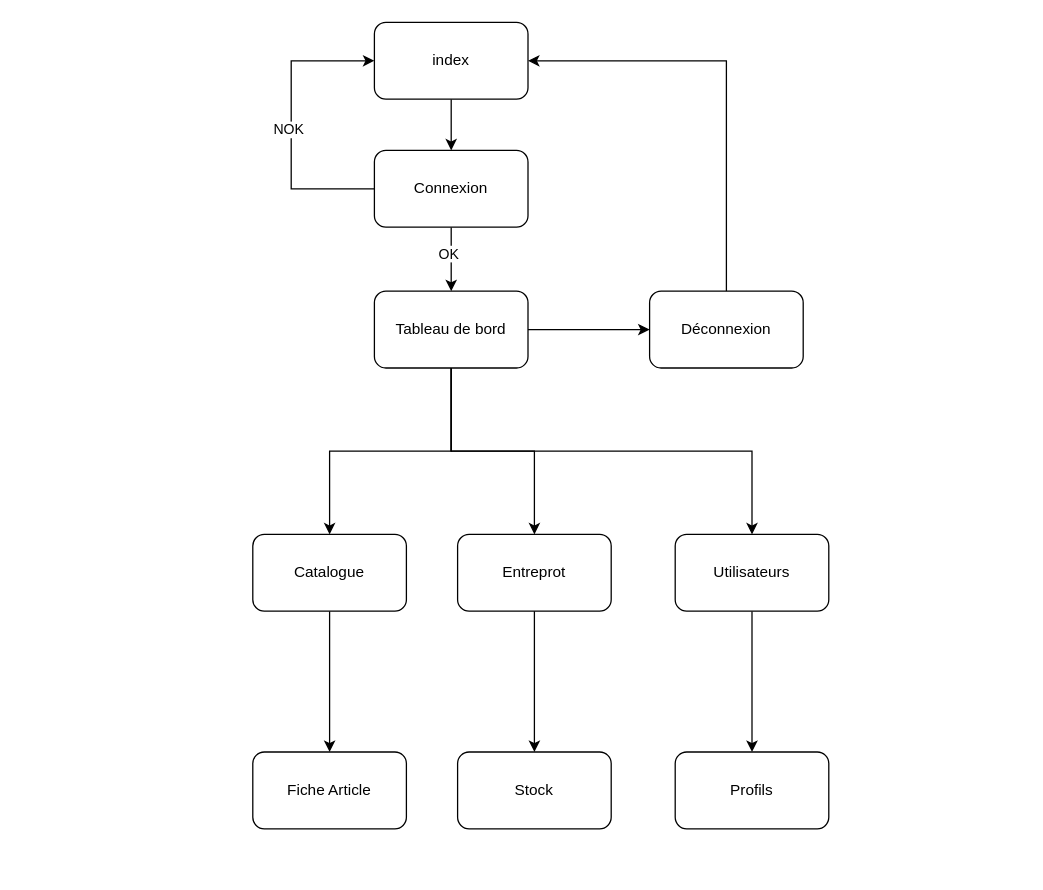
Before: page "Route" (2 of 2) of dims.drawio in sm-github-repo/DIMS, a draw.io diagram. Source tidied: cells renumbered, new cells numbered last; positions are measured from the earlier drawing's top-left corner, leaving out a move shared by most shapes. Both pictures are drawn from the tidied source at 128%, with x=0, y=0 at pixel (252, 22).
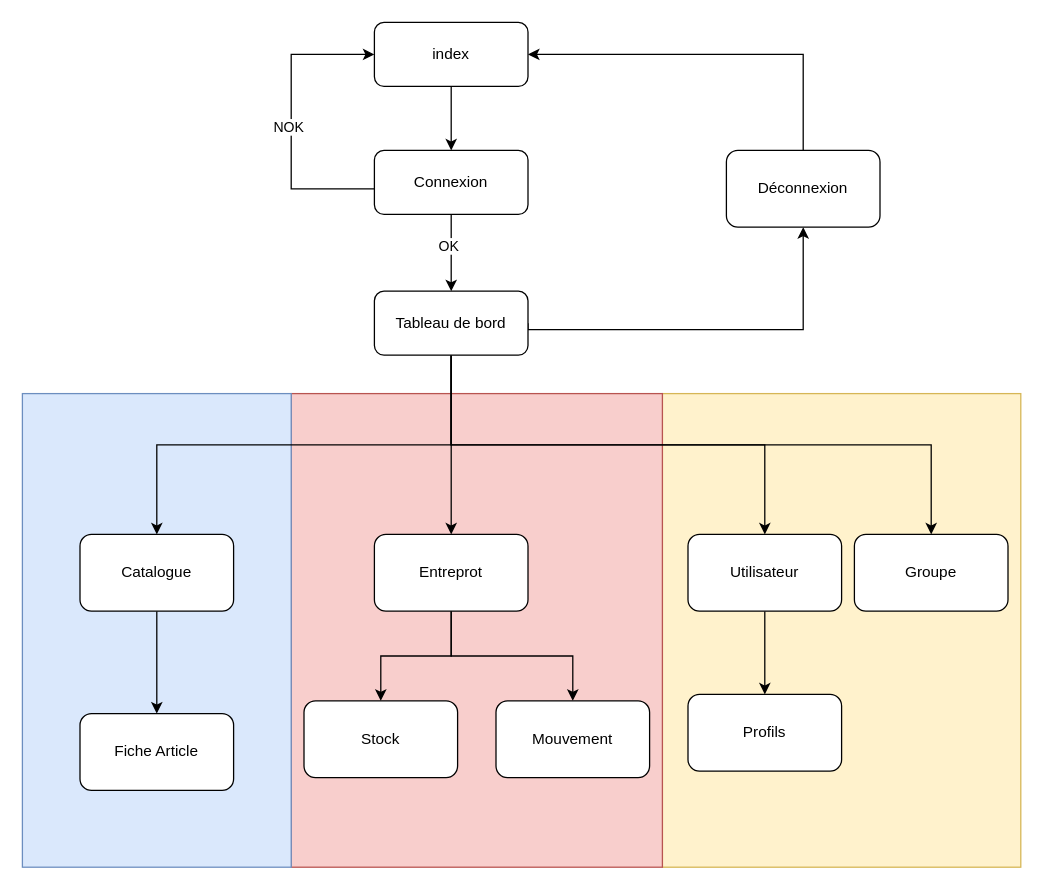
The same diagram, later.

What changed in the source:
```diff
@@
+    <mxCell id="25" style="rounded=0;whiteSpace=wrap;html=1;fillColor=#fff2cc;strokeColor=#d6b656;" parent="1" vertex="1">
+      <mxGeometry x="320" y="290" width="280" height="370" as="geometry" />
+    </mxCell>
+    <mxCell id="26" style="rounded=0;whiteSpace=wrap;html=1;fillColor=#f8cecc;strokeColor=#b85450;" parent="1" vertex="1">
+      <mxGeometry x="30" y="290" width="290" height="370" as="geometry" />
+    </mxCell>
+    <mxCell id="27" style="rounded=0;whiteSpace=wrap;html=1;fillColor=#dae8fc;strokeColor=#6c8ebf;" parent="1" vertex="1">
+      <mxGeometry x="-180" y="290" width="210" height="370" as="geometry" />
+    </mxCell>
@@
     <mxCell id="4" value="index" style="rounded=1;whiteSpace=wrap;html=1;" parent="1" vertex="1">
-      <mxGeometry x="95" width="120" height="60" as="geometry" />
+      <mxGeometry x="95" width="120" height="50" as="geometry" />
     </mxCell>
@@
     <mxCell id="7" style="edgeStyle=orthogonalEdgeStyle;rounded=0;jettySize=auto;html=1;entryX=0;entryY=0.5;entryDx=0;entryDy=0;" parent="1" edge="1" source="9" target="4">
       <mxGeometry relative="1" as="geometry">
         <Array as="points">
           <mxPoint x="30" y="130" />
-          <mxPoint x="30" y="30" />
+          <mxPoint x="30" y="25" />
         </Array>
       </mxGeometry>
     </mxCell>
@@
     <mxCell id="9" value="Connexion" style="rounded=1;whiteSpace=wrap;html=1;" parent="1" vertex="1">
-      <mxGeometry x="95" y="100" width="120" height="60" as="geometry" />
+      <mxGeometry x="95" y="100" width="120" height="50" as="geometry" />
     </mxCell>
@@
     <mxCell id="11" value="Catalogue" style="rounded=1;whiteSpace=wrap;html=1;" parent="1" vertex="1">
-      <mxGeometry y="400" width="120" height="60" as="geometry" />
+      <mxGeometry x="-135" y="400" width="120" height="60" as="geometry" />
     </mxCell>
+    <mxCell id="28" style="edgeStyle=orthogonalEdgeStyle;rounded=0;jettySize=auto;html=1;exitX=0.5;exitY=1;exitDx=0;exitDy=0;" parent="1" edge="1" source="12" target="30">
+      <mxGeometry relative="1" as="geometry" />
+    </mxCell>
     <mxCell id="12" value="Entreprot" style="rounded=1;whiteSpace=wrap;html=1;" parent="1" vertex="1">
-      <mxGeometry x="160" y="400" width="120" height="60" as="geometry" />
+      <mxGeometry x="95" y="400" width="120" height="60" as="geometry" />
     </mxCell>
-    <mxCell id="13" style="edgeStyle=orthogonalEdgeStyle;rounded=0;jettySize=auto;html=1;exitX=0.5;exitY=1;exitDx=0;exitDy=0;" parent="1" edge="1" source="14">
-      <mxGeometry relative="1" as="geometry">
-        <mxPoint x="390" y="570" as="targetPoint" />
-      </mxGeometry>
+    <mxCell id="13" style="edgeStyle=orthogonalEdgeStyle;rounded=0;jettySize=auto;html=1;exitX=0.5;exitY=1;exitDx=0;exitDy=0;entryX=0.5;entryY=0;entryDx=0;entryDy=0;" parent="1" edge="1" source="14" target="19">
+      <mxGeometry relative="1" as="geometry" />
     </mxCell>
-    <mxCell id="14" value="Utilisateurs" style="rounded=1;whiteSpace=wrap;html=1;" parent="1" vertex="1">
-      <mxGeometry x="330" y="400" width="120" height="60" as="geometry" />
+    <mxCell id="14" value="Utilisateur" style="rounded=1;whiteSpace=wrap;html=1;" parent="1" vertex="1">
+      <mxGeometry x="340" y="400" width="120" height="60" as="geometry" />
     </mxCell>
@@
+    <mxCell id="17" style="edgeStyle=orthogonalEdgeStyle;rounded=0;jettySize=auto;html=1;exitX=1;exitY=0.5;exitDx=0;exitDy=0;entryX=0.5;entryY=1;entryDx=0;entryDy=0;" parent="1" edge="1" source="18" target="24">
+      <mxGeometry relative="1" as="geometry">
+        <Array as="points">
+          <mxPoint x="430" y="240" />
+        </Array>
+      </mxGeometry>
+    </mxCell>
@@
-    <mxCell id="17" style="edgeStyle=orthogonalEdgeStyle;rounded=0;jettySize=auto;html=1;exitX=1;exitY=0.5;exitDx=0;exitDy=0;entryX=0;entryY=0.5;entryDx=0;entryDy=0;" parent="1" edge="1" source="18" target="24">
-      <mxGeometry relative="1" as="geometry" />
-    </mxCell>
+    <mxCell id="29" style="edgeStyle=orthogonalEdgeStyle;rounded=0;jettySize=auto;html=1;exitX=0.5;exitY=1;exitDx=0;exitDy=0;" parent="1" edge="1" source="18" target="31">
+      <mxGeometry relative="1" as="geometry" />
+    </mxCell>
     <mxCell id="18" value="Tableau de bord" style="rounded=1;whiteSpace=wrap;html=1;" parent="1" vertex="1">
-      <mxGeometry x="95" y="210" width="120" height="60" as="geometry" />
+      <mxGeometry x="95" y="210" width="120" height="50" as="geometry" />
     </mxCell>
     <mxCell id="19" value="Profils" style="rounded=1;whiteSpace=wrap;html=1;" parent="1" vertex="1">
-      <mxGeometry x="330" y="570" width="120" height="60" as="geometry" />
+      <mxGeometry x="340" y="525" width="120" height="60" as="geometry" />
     </mxCell>
     <mxCell id="20" value="Stock" style="rounded=1;whiteSpace=wrap;html=1;" parent="1" vertex="1">
-      <mxGeometry x="160" y="570" width="120" height="60" as="geometry" />
+      <mxGeometry x="40" y="530" width="120" height="60" as="geometry" />
     </mxCell>
@@
     <mxCell id="22" value="Fiche Article" style="rounded=1;whiteSpace=wrap;html=1;" parent="1" vertex="1">
-      <mxGeometry y="570" width="120" height="60" as="geometry" />
+      <mxGeometry x="-135" y="540" width="120" height="60" as="geometry" />
     </mxCell>
@@
     <mxCell id="24" value="Déconnexion" style="rounded=1;whiteSpace=wrap;html=1;" parent="1" vertex="1">
-      <mxGeometry x="310" y="210" width="120" height="60" as="geometry" />
+      <mxGeometry x="370" y="100" width="120" height="60" as="geometry" />
     </mxCell>
+    <mxCell id="30" value="Mouvement" style="rounded=1;whiteSpace=wrap;html=1;" parent="1" vertex="1">
+      <mxGeometry x="190" y="530" width="120" height="60" as="geometry" />
+    </mxCell>
+    <mxCell id="31" value="Groupe" style="rounded=1;whiteSpace=wrap;html=1;" parent="1" vertex="1">
+      <mxGeometry x="470" y="400" width="120" height="60" as="geometry" />
+    </mxCell>
```
